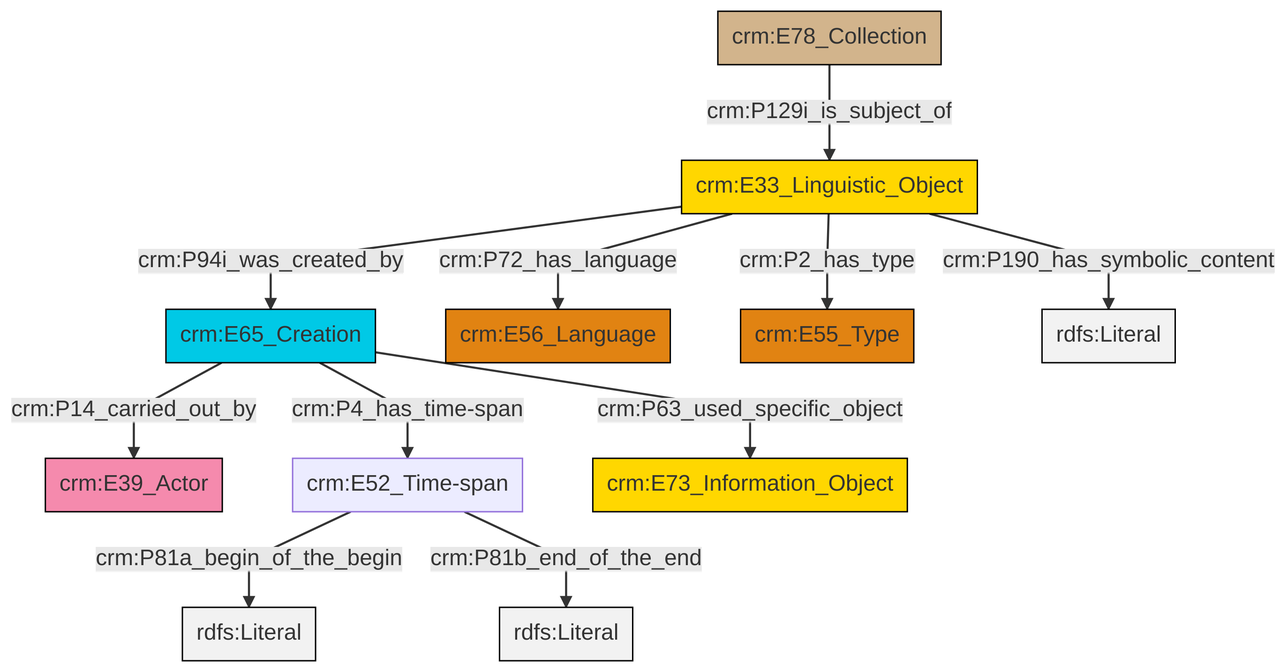
Before: et/archivalCSV/ttl/mmd/png/archival_desc.png, a diagram exported from Mermaid (swiss-art-research-net/docs.swissartresearch). Its source is kept beside it as et/archivalCSV/ttl/mmd/archival_desc.ttl.mmd.
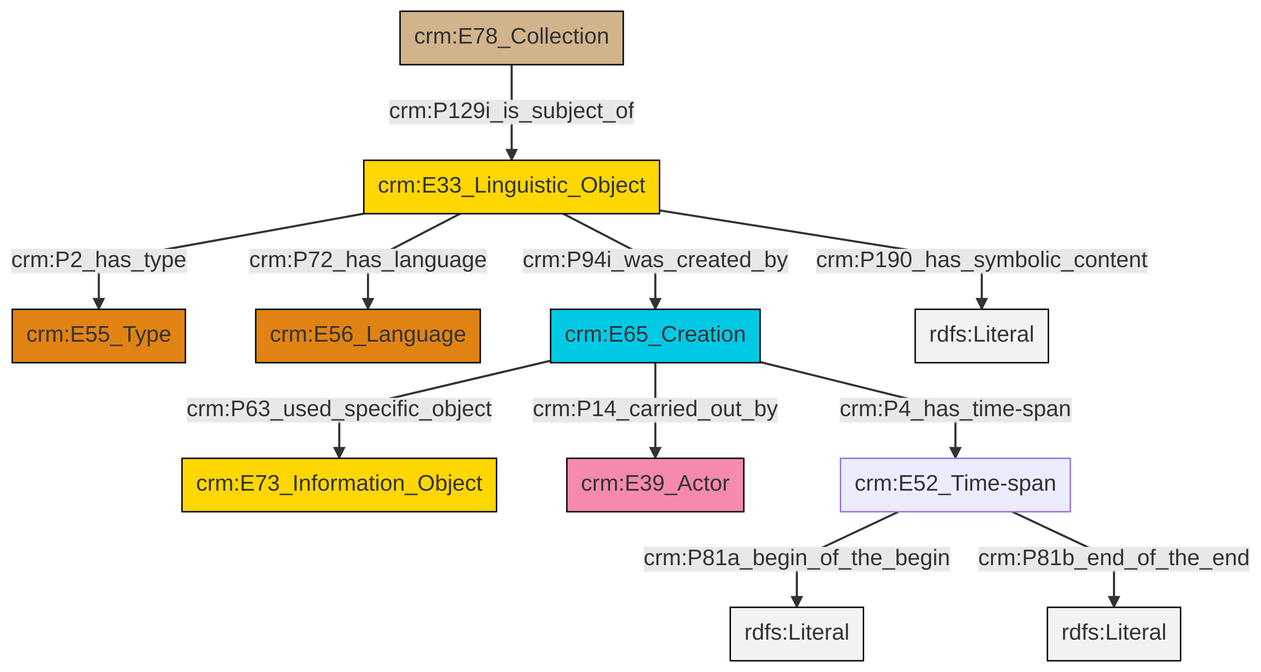
Later version of the same file.

Diff of the diagram source:
```diff
@@ -13,13 +13,13 @@
 classDef PC_Classes fill:#4ce600, stroke:#000000;
 classDef Multi fill:#cccccc,stroke:#000000;
 
-0["crm:E65_Creation"]:::Temporal_Entity -->|crm:P14_carried_out_by| 1["crm:E39_Actor"]:::Actor
-0["crm:E65_Creation"]:::Temporal_Entity -->|crm:P4_has_time-span| 2["crm:E52_Time-span"]:::Default
-5["crm:E33_Linguistic_Object"]:::Conceptual_Object -->|crm:P2_has_type| 7["crm:E55_Type"]:::Type
-0["crm:E65_Creation"]:::Temporal_Entity -->|crm:P63_used_specific_object| 8["crm:E73_Information_Object"]:::Conceptual_Object
-5["crm:E33_Linguistic_Object"]:::Conceptual_Object -->|crm:P190_has_symbolic_content| 9[rdfs:Literal]:::Literal
-2["crm:E52_Time-span"]:::Default -->|crm:P81a_begin_of_the_begin| 14[rdfs:Literal]:::Literal
-2["crm:E52_Time-span"]:::Default -->|crm:P81b_end_of_the_end| 16[rdfs:Literal]:::Literal
-5["crm:E33_Linguistic_Object"]:::Conceptual_Object -->|crm:P72_has_language| 3["crm:E56_Language"]:::Type
-5["crm:E33_Linguistic_Object"]:::Conceptual_Object -->|crm:P94i_was_created_by| 0["crm:E65_Creation"]:::Temporal_Entity
-11["crm:E78_Collection"]:::Physical_Thing -->|crm:P129i_is_subject_of| 5["crm:E33_Linguistic_Object"]:::Conceptual_Object
+4["crm:E65_Creation"]:::Temporal_Entity -->|crm:P63_used_specific_object| 5["crm:E73_Information_Object"]:::Conceptual_Object
+4["crm:E65_Creation"]:::Temporal_Entity -->|crm:P14_carried_out_by| 7["crm:E39_Actor"]:::Actor
+12["crm:E33_Linguistic_Object"]:::Conceptual_Object -->|crm:P190_has_symbolic_content| 14[rdfs:Literal]:::Literal
+8["crm:E78_Collection"]:::Physical_Thing -->|crm:P129i_is_subject_of| 12["crm:E33_Linguistic_Object"]:::Conceptual_Object
+10["crm:E52_Time-span"]:::Default -->|crm:P81a_begin_of_the_begin| 15[rdfs:Literal]:::Literal
+4["crm:E65_Creation"]:::Temporal_Entity -->|crm:P4_has_time-span| 10["crm:E52_Time-span"]:::Default
+12["crm:E33_Linguistic_Object"]:::Conceptual_Object -->|crm:P2_has_type| 0["crm:E55_Type"]:::Type
+12["crm:E33_Linguistic_Object"]:::Conceptual_Object -->|crm:P94i_was_created_by| 4["crm:E65_Creation"]:::Temporal_Entity
+12["crm:E33_Linguistic_Object"]:::Conceptual_Object -->|crm:P72_has_language| 2["crm:E56_Language"]:::Type
+10["crm:E52_Time-span"]:::Default -->|crm:P81b_end_of_the_end| 18[rdfs:Literal]:::Literal
```
